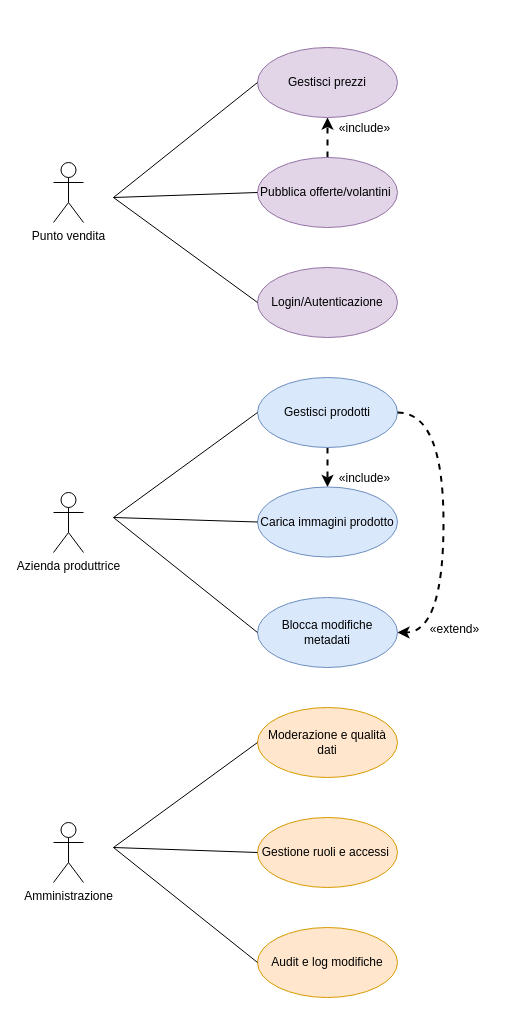
This is docs/uml/uml_casi_uso/casi-uso-operatori.drawio from MateusGhirardini/progetto_prezzo_minimo, a draw.io file, before an edit. Source tidied: cells renumbered, new cells numbered last; positions are measured from the earlier drawing's top-left corner, leaving out a move shared by most shapes. Both pictures are drawn from the tidied source at 100%, with x=0, y=0 at pixel (53, 47).
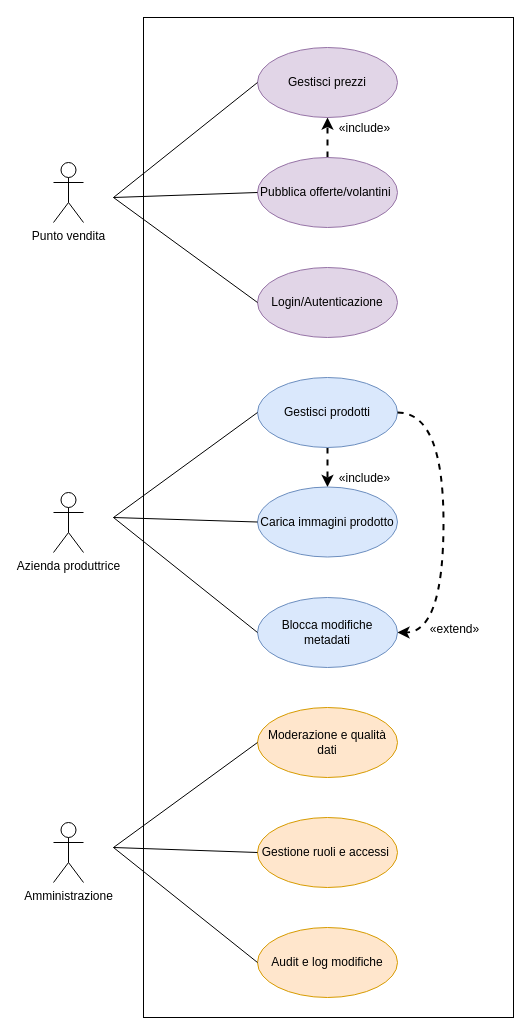
Above is the later version.

What changed in the source:
```diff
@@
+    <mxCell id="29" style="rounded=0;whiteSpace=wrap;html=1;fillColor=none;" parent="1" vertex="1">
+      <mxGeometry x="90" y="-30" width="370" height="1000" as="geometry" />
+    </mxCell>
```
